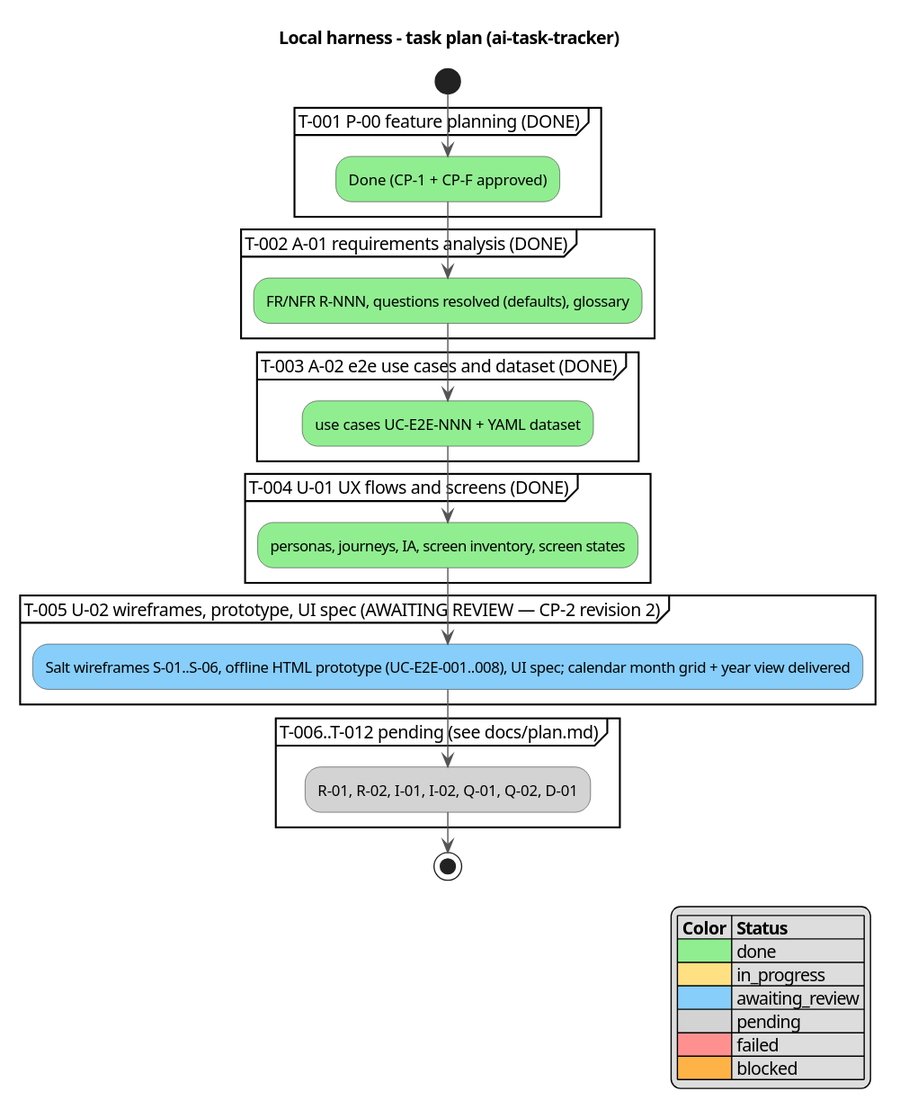
This is docs/activity.svg from serge-sasov/ai-task-tracker, a PlantUML export, as it was before one commit.
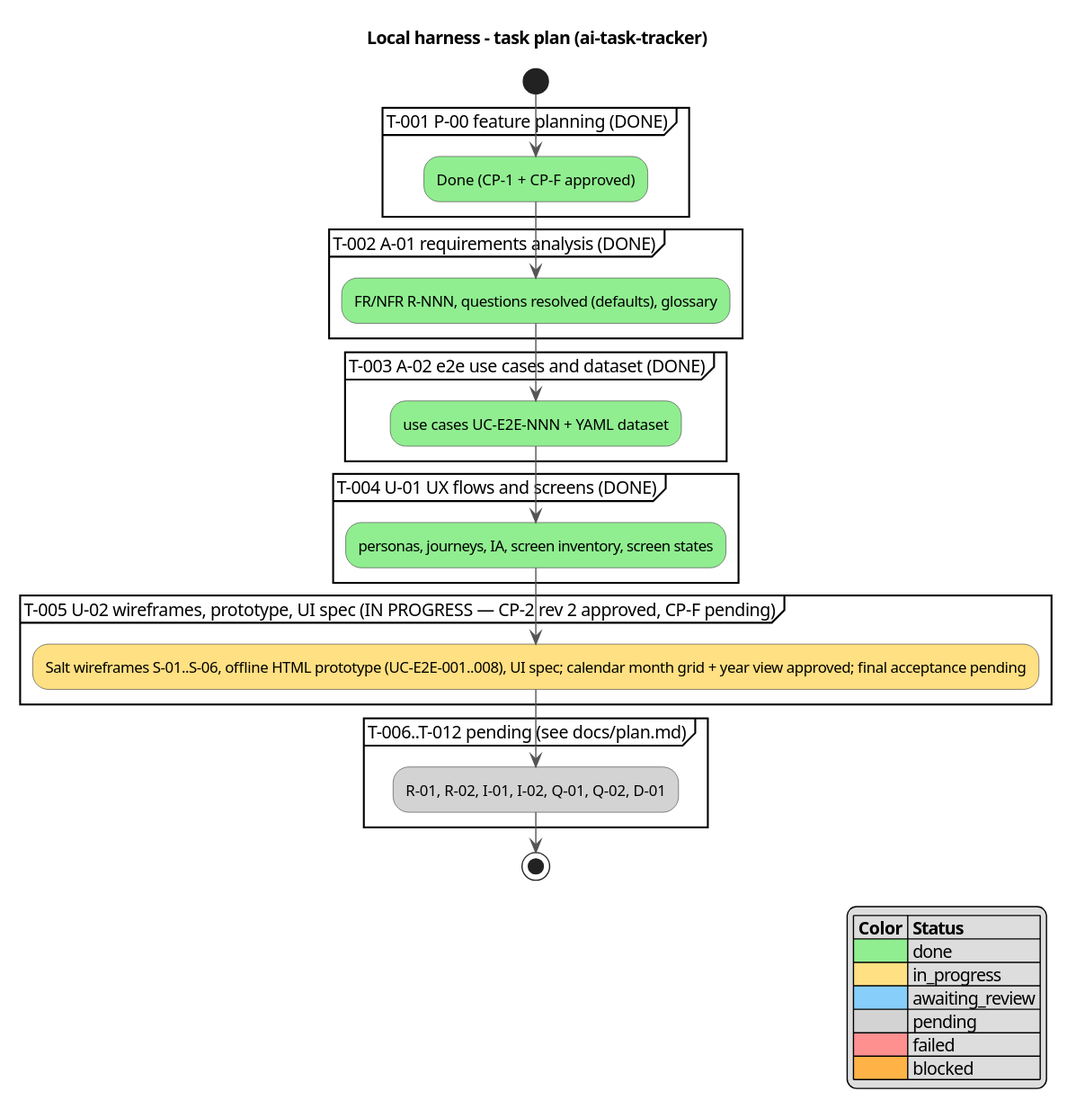
Above is the later version.

Commit message:
T-005: CP-2 revision 2 approved, final acceptance started

Change to the diagram source:
```diff
@@ -18,8 +18,8 @@
 partition "T-004 U-01 UX flows and screens (DONE)" {
   :personas, journeys, IA, screen inventory, screen states; <<#90EE90>>
 }
-partition "T-005 U-02 wireframes, prototype, UI spec (AWAITING REVIEW — CP-2 revision 2)" {
-  :Salt wireframes S-01..S-06, offline HTML prototype (UC-E2E-001..008), UI spec; calendar month grid + year view delivered; <<#87CEFA>>
+partition "T-005 U-02 wireframes, prototype, UI spec (IN PROGRESS — CP-2 rev 2 approved, CP-F pending)" {
+  :Salt wireframes S-01..S-06, offline HTML prototype (UC-E2E-001..008), UI spec; calendar month grid + year view approved; final acceptance pending; <<#FFE082>>
 }
 partition "T-006..T-012 pending (see docs/plan.md)" {
   :R-01, R-02, I-01, I-02, Q-01, Q-02, D-01; <<#D3D3D3>>
```
